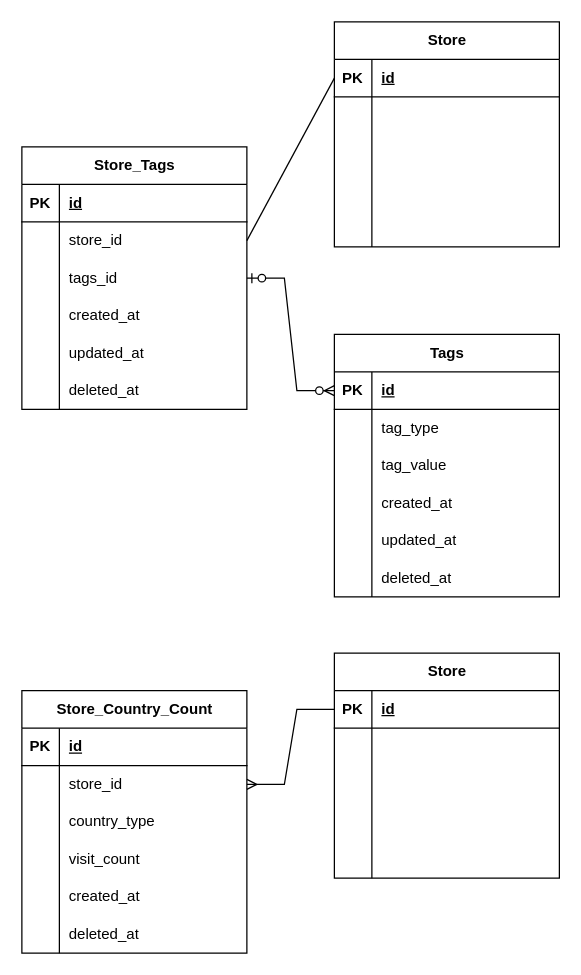
Before: document/tag-erd.drawio in gunsight1/boot-up1-samsik, a draw.io diagram. Source tidied: cells renumbered, new cells numbered last; positions are measured from the earlier drawing's top-left corner, leaving out a move shared by most shapes. Both pictures are drawn from the tidied source at 125%, with x=0, y=0 at pixel (21, 21).
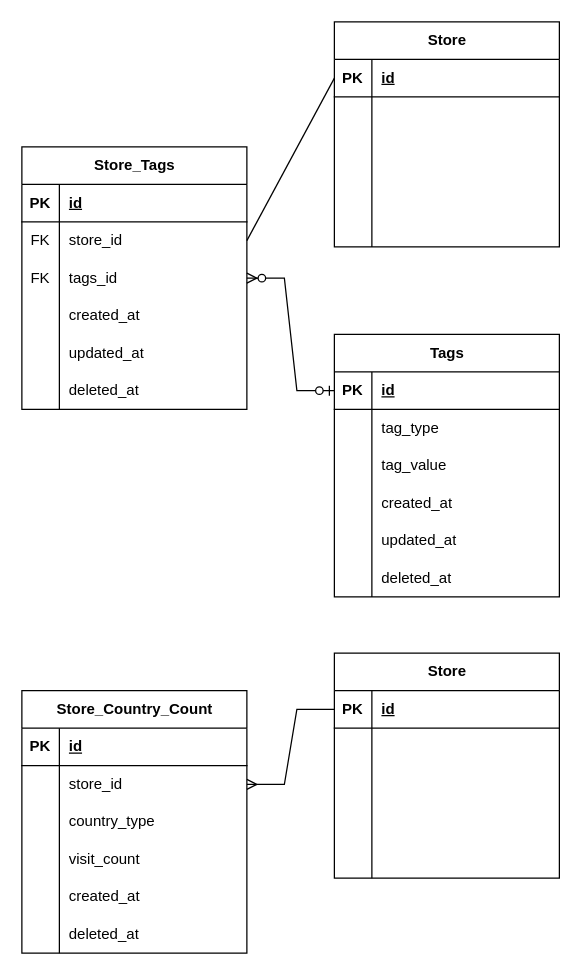
The same diagram, later.

The change refers to these unchanged cells:
```xml
<mxCell id="5" style="shape=tableRow;horizontal=0;startSize=0;swimlaneHead=0;swimlaneBody=0;fillColor=none;points=[[0,0.5],[1,0.5]];portConstraint=eastwest;top=0;left=0;right=0;bottom=1;" parent="4" vertex="1">
  <mxGeometry y="30" width="180" height="30" as="geometry" />
</mxCell>
<mxCell id="27" style="shape=tableRow;horizontal=0;startSize=0;swimlaneHead=0;swimlaneBody=0;fillColor=none;points=[[0,0.5],[1,0.5]];portConstraint=eastwest;top=0;left=0;right=0;bottom=0;" parent="23" vertex="1">
  <mxGeometry y="60" width="180" height="30" as="geometry" />
</mxCell>
<mxCell id="30" style="shape=tableRow;horizontal=0;startSize=0;swimlaneHead=0;swimlaneBody=0;fillColor=none;points=[[0,0.5],[1,0.5]];portConstraint=eastwest;top=0;left=0;right=0;bottom=0;" parent="23" vertex="1">
  <mxGeometry y="90" width="180" height="30" as="geometry" />
</mxCell>
```

What changed in the source:
```diff
@@
-    <mxCell id="28" style="shape=partialRectangle;fillColor=none;top=0;left=0;bottom=0;right=0;overflow=hidden;whiteSpace=wrap;html=1;" parent="27" vertex="1">
+    <mxCell id="28" value="FK" style="shape=partialRectangle;fillColor=none;top=0;left=0;bottom=0;right=0;overflow=hidden;whiteSpace=wrap;html=1;" parent="27" vertex="1">
       <mxGeometry width="30" height="30" as="geometry" />
     </mxCell>
@@
-    <mxCell id="31" style="shape=partialRectangle;fillColor=none;top=0;left=0;bottom=0;right=0;overflow=hidden;whiteSpace=wrap;html=1;" parent="30" vertex="1">
+    <mxCell id="31" value="FK" style="shape=partialRectangle;fillColor=none;top=0;left=0;bottom=0;right=0;overflow=hidden;whiteSpace=wrap;html=1;" parent="30" vertex="1">
       <mxGeometry width="30" height="30" as="geometry" />
     </mxCell>
@@
-    <mxCell id="58" style="edgeStyle=entityRelationEdgeStyle;fontSize=12;html=1;endArrow=ERzeroToMany;startArrow=ERzeroToOne;rounded=0;entryX=0;entryY=0.5;entryDx=0;entryDy=0;exitX=1;exitY=0.5;exitDx=0;exitDy=0;" parent="1" edge="1" source="30" target="5">
+    <mxCell id="58" style="edgeStyle=entityRelationEdgeStyle;fontSize=12;html=1;endArrow=ERzeroToMany;startArrow=ERzeroToOne;rounded=0;entryX=1;entryY=0.5;entryDx=0;entryDy=0;exitX=0;exitY=0.5;exitDx=0;exitDy=0;" parent="1" edge="1" source="5" target="30">
       <mxGeometry relative="1" as="geometry" />
     </mxCell>
```
